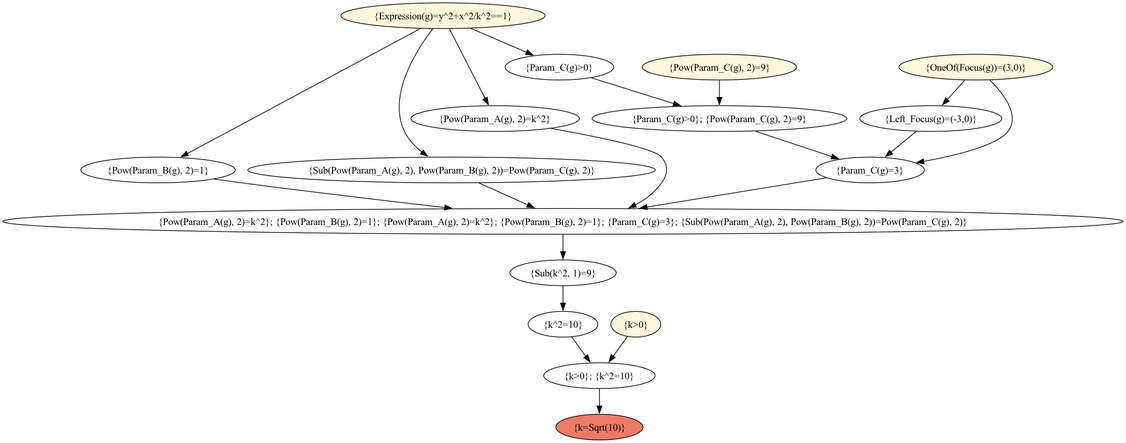
Above: reasoning_engine/solving_process.png in trapped-beast/KE_Reasoning_Engine (Graphviz), before the change. Its source is kept beside it as reasoning_engine/solving_process.dot.
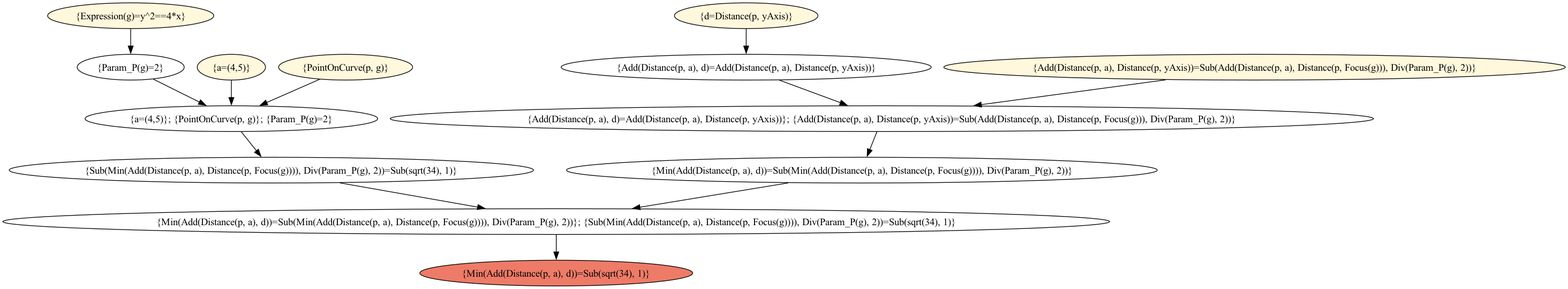
The same diagram one commit later.

Change to the diagram source:
```diff
@@ -1,88 +1,75 @@
 digraph solving_process {
-	graph [bb="0,0,1568.5,612"];
+	graph [bb="0,0,2188.3,396"];
 	node [label="\N"];
-	"{Expression(g)=y^2+x^2/k^2==1}"	[fillcolor=cornsilk,
+	"{Expression(g)=y^2==4*x}"	[fillcolor=cornsilk,
 		height=0.5,
-		pos="616.26,594",
+		pos="179.05,378",
 		style=filled,
-		width=3.9713];
-	"{Param_C(g)>0}"	[height=0.5,
-		pos="779.26,522",
-		width=2.1088];
-	"{Expression(g)=y^2+x^2/k^2==1}" -> "{Param_C(g)>0}"	[pos="e,743.6,538.32 655.3,576.23 678.69,566.19 708.54,553.37 733.09,542.83"];
-	"{Sub(Pow(Param_A(g), 2), Pow(Param_B(g), 2))=Pow(Param_C(g), 2)}"	[height=0.5,
-		pos="628.26,378",
-		width=7.9235];
-	"{Expression(g)=y^2+x^2/k^2==1}" -> "{Sub(Pow(Param_A(g), 2), Pow(Param_B(g), 2))=Pow(Param_C(g), 2)}"	[pos="e,595.86,396.36 602.15,576.01 579.08,546.05 538.17,482.24 562.26,432 567.71,420.64 576.91,410.94 586.74,403.07"];
-	"{Pow(Param_A(g), 2)=k^2}"	[height=0.5,
-		pos="689.26,450",
-		width=3.2746];
-	"{Expression(g)=y^2+x^2/k^2==1}" -> "{Pow(Param_A(g), 2)=k^2}"	[pos="e,680.46,468.11 625.21,575.59 637.7,551.29 660.49,506.97 675.24,478.27"];
-	"{Pow(Param_B(g), 2)=1}"	[height=0.5,
-		pos="217.26,378",
-		width=3.0045];
-	"{Expression(g)=y^2+x^2/k^2==1}" -> "{Pow(Param_B(g), 2)=1}"	[pos="e,248.36,395.68 584.62,576.03 512.85,537.54 337.8,443.65 258.05,400.88"];
-	"{Param_C(g)>0}; {Pow(Param_C(g), 2)=9}"	[height=0.5,
-		pos="1003.3,450",
-		width=4.9522];
-	"{Param_C(g)>0}" -> "{Param_C(g)>0}; {Pow(Param_C(g), 2)=9}"	[pos="e,950.15,467.6 823.78,507.09 856.88,496.74 902.51,482.49 939.47,470.93"];
-	"{Pow(Param_A(g), 2)=k^2}; {Pow(Param_B(g), 2)=1}; {Pow(Param_A(g), 2)=k^2}; {Pow(Param_B(g), 2)=1}; {Param_C(g)=3}; {Sub(Pow(Param_\
-A(g), 2), Pow(Param_B(g), 2))=Pow(Param_C(g), 2)}"	[height=0.5,
-		pos="784.26,306",
-		width=21.785];
-	"{Sub(Pow(Param_A(g), 2), Pow(Param_B(g), 2))=Pow(Param_C(g), 2)}" -> "{Pow(Param_A(g), 2)=k^2}; {Pow(Param_B(g), 2)=1}; {Pow(Param_A(g), 2)=k^2}; {Pow(Param_B(g), 2)=1}; {Param_C(g)=3}; {Sub(Pow(Param_\
-A(g), 2), Pow(Param_B(g), 2))=Pow(Param_C(g), 2)}"	[pos="e,745.33,324.47 666.82,359.7 687.37,350.48 712.87,339.03 734.86,329.17"];
-	"{Pow(Param_A(g), 2)=k^2}" -> "{Pow(Param_A(g), 2)=k^2}; {Pow(Param_B(g), 2)=1}; {Pow(Param_A(g), 2)=k^2}; {Pow(Param_B(g), 2)=1}; {Param_C(g)=3}; {Sub(Pow(Param_\
-A(g), 2), Pow(Param_B(g), 2))=Pow(Param_C(g), 2)}"	[pos="e,875.19,324.31 767.57,436.13 831.34,424.86 912.38,408.38 922.26,396 932.24,383.49 931.32,373.19 922.26,360 913.05,346.59 899.94,\
-336.58 885.43,329.1"];
-	"{Pow(Param_B(g), 2)=1}" -> "{Pow(Param_A(g), 2)=k^2}; {Pow(Param_B(g), 2)=1}; {Pow(Param_A(g), 2)=k^2}; {Pow(Param_B(g), 2)=1}; {Param_C(g)=3}; {Sub(Pow(Param_\
-A(g), 2), Pow(Param_B(g), 2))=Pow(Param_C(g), 2)}"	[pos="e,630.01,324.12 295.89,365.28 308.71,363.45 321.85,361.63 334.26,360 428.31,347.63 533.6,335.16 618.68,325.42"];
-	"{OneOf(Focus(g))=(3,0)}"	[fillcolor=cornsilk,
+		width=3.232];
+	"{Param_P(g)=2}"	[height=0.5,
+		pos="179.05,306",
+		width=2.0804];
+	"{Expression(g)=y^2==4*x}" -> "{Param_P(g)=2}"	[pos="e,179.05,324.1 179.05,359.7 179.05,352.41 179.05,343.73 179.05,335.54"];
+	"{a=(4,5)}; {PointOnCurve(p, g)}; {Param_P(g)=2}"	[height=0.5,
+		pos="320.05,234",
+		width=5.6915];
+	"{Param_P(g)=2}" -> "{a=(4,5)}; {PointOnCurve(p, g)}; {Param_P(g)=2}"	[pos="e,285.55,252.13 210.69,289.29 229.72,279.84 254.25,267.67 275.25,257.24"];
+	"{d=Distance(p, yAxis)}"	[fillcolor=cornsilk,
 		height=0.5,
-		pos="1362.3,522",
+		pos="1041,378",
 		style=filled,
-		width=2.9903];
-	"{Left_Focus(g)=(-3,0)}"	[height=0.5,
-		pos="1299.3,450",
-		width=2.7628];
-	"{OneOf(Focus(g))=(3,0)}" -> "{Left_Focus(g)=(-3,0)}"	[pos="e,1314.7,468.1 1346.7,503.7 1339.3,495.47 1330.3,485.48 1322.1,476.42"];
-	"{Param_C(g)=3}"	[height=0.5,
-		pos="1214.3,378",
-		width=2.1088];
-	"{OneOf(Focus(g))=(3,0)}" -> "{Param_C(g)=3}"	[pos="e,1278,388.08 1381.8,503.87 1400.9,485.12 1424.6,454.72 1407.3,432 1392.6,412.81 1337.1,398.85 1289.3,390.08"];
-	"{Left_Focus(g)=(-3,0)}" -> "{Param_C(g)=3}"	[pos="e,1234.6,395.79 1278.7,432.05 1268,423.28 1254.9,412.43 1243.2,402.83"];
-	"{Param_C(g)=3}" -> "{Pow(Param_A(g), 2)=k^2}; {Pow(Param_B(g), 2)=1}; {Pow(Param_A(g), 2)=k^2}; {Pow(Param_B(g), 2)=1}; {Param_C(g)=3}; {Sub(Pow(Param_\
-A(g), 2), Pow(Param_B(g), 2))=Pow(Param_C(g), 2)}"	[pos="e,890.43,324.28 1153.1,367.05 1087.9,356.43 983.01,339.36 901.73,326.12"];
-	"{Sub(k^2, 1)=9}"	[height=0.5,
-		pos="784.26,234",
-		width=2.0662];
-	"{Pow(Param_A(g), 2)=k^2}; {Pow(Param_B(g), 2)=1}; {Pow(Param_A(g), 2)=k^2}; {Pow(Param_B(g), 2)=1}; {Param_C(g)=3}; {Sub(Pow(Param_\
-A(g), 2), Pow(Param_B(g), 2))=Pow(Param_C(g), 2)}" -> "{Sub(k^2, 1)=9}"	[pos="e,784.26,252.1 784.26,287.7 784.26,280.41 784.26,271.73 784.26,263.54"];
-	"{k^2=10}"	[height=0.5,
-		pos="784.26,162",
-		width=1.3553];
-	"{Sub(k^2, 1)=9}" -> "{k^2=10}"	[pos="e,784.26,180.1 784.26,215.7 784.26,208.41 784.26,199.73 784.26,191.54"];
-	"{k>0}; {k^2=10}"	[height=0.5,
-		pos="835.26,90",
-		width=2.1657];
-	"{k^2=10}" -> "{k>0}; {k^2=10}"	[pos="e,822.91,107.96 796.35,144.41 802.29,136.25 809.6,126.22 816.27,117.07"];
-	"{Param_C(g)>0}; {Pow(Param_C(g), 2)=9}" -> "{Param_C(g)=3}"	[pos="e,1171.5,393.19 1053.5,432.32 1085.8,421.6 1127.8,407.69 1160.7,396.77"];
-	"{Pow(Param_C(g), 2)=9}"	[fillcolor=cornsilk,
+		width=2.7912];
+	"{Add(Distance(p, a), d)=Add(Distance(p, a), Distance(p, yAxis))}"	[height=0.5,
+		pos="1041,306",
+		width=7.1985];
+	"{d=Distance(p, yAxis)}" -> "{Add(Distance(p, a), d)=Add(Distance(p, a), Distance(p, yAxis))}"	[pos="e,1041,324.1 1041,359.7 1041,352.41 1041,343.73 1041,335.54"];
+	"{Add(Distance(p, a), d)=Add(Distance(p, a), Distance(p, yAxis))}; {Add(Distance(p, a), Distance(p, yAxis))=Sub(Add(Distance(p, a), \
+Distance(p, Focus(g))), Div(Param_P(g), 2))}"	[height=0.5,
+		pos="1231,234",
+		width=19.126];
+	"{Add(Distance(p, a), d)=Add(Distance(p, a), Distance(p, yAxis))}" -> "{Add(Distance(p, a), d)=Add(Distance(p, a), Distance(p, yAxis))}; {Add(Distance(p, a), Distance(p, yAxis))=Sub(Add(Distance(p, a), \
+Distance(p, Focus(g))), Div(Param_P(g), 2))}"	[pos="e,1183.7,252.43 1087.5,287.88 1113.3,278.37 1145.7,266.46 1173.1,256.35"];
+	"{Min(Add(Distance(p, a), d))=Sub(Min(Add(Distance(p, a), Distance(p, Focus(g)))), Div(Param_P(g), 2))}"	[height=0.5,
+		pos="1203,162",
+		width=11.492];
+	"{Add(Distance(p, a), d)=Add(Distance(p, a), Distance(p, yAxis))}; {Add(Distance(p, a), Distance(p, yAxis))=Sub(Add(Distance(p, a), \
+Distance(p, Focus(g))), Div(Param_P(g), 2))}" -> "{Min(Add(Distance(p, a), d))=Sub(Min(Add(Distance(p, a), Distance(p, Focus(g)))), Div(Param_P(g), 2))}"	[pos="e,1209.9,180.1 1224.1,215.7 1221.1,208.15 1217.5,199.12 1214.1,190.68"];
+	"{Add(Distance(p, a), Distance(p, yAxis))=Sub(Add(Distance(p, a), Distance(p, Focus(g))), Div(Param_P(g), 2))}"	[fillcolor=cornsilk,
 		height=0.5,
-		pos="1003.3,522",
+		pos="1753,306",
 		style=filled,
-		width=3.0045];
-	"{Pow(Param_C(g), 2)=9}" -> "{Param_C(g)>0}; {Pow(Param_C(g), 2)=9}"	[pos="e,1003.3,468.1 1003.3,503.7 1003.3,496.41 1003.3,487.73 1003.3,479.54"];
-	"{k>0}"	[fillcolor=cornsilk,
+		width=12.089];
+	"{Add(Distance(p, a), Distance(p, yAxis))=Sub(Add(Distance(p, a), Distance(p, Focus(g))), Div(Param_P(g), 2))}" -> "{Add(Distance(p, a), d)=Add(Distance(p, a), Distance(p, yAxis))}; {Add(Distance(p, a), Distance(p, yAxis))=Sub(Add(Distance(p, a), \
+Distance(p, Focus(g))), Div(Param_P(g), 2))}"	[pos="e,1358.8,252.14 1628.3,288.28 1550.6,277.85 1450.4,264.41 1370,253.64"];
+	"{Min(Add(Distance(p, a), d))=Sub(Min(Add(Distance(p, a), Distance(p, Focus(g)))), Div(Param_P(g), 2))}; {Sub(Min(Add(Distance(p, \
+a), Distance(p, Focus(g)))), Div(Param_P(g), 2))=Sub(sqrt(34), 1)}"	[height=0.5,
+		pos="775.05,90",
+		width=21.529];
+	"{Min(Add(Distance(p, a), d))=Sub(Min(Add(Distance(p, a), Distance(p, Focus(g)))), Div(Param_P(g), 2))}" -> "{Min(Add(Distance(p, a), d))=Sub(Min(Add(Distance(p, a), Distance(p, Focus(g)))), Div(Param_P(g), 2))}; {Sub(Min(Add(Distance(p, \
+a), Distance(p, Focus(g)))), Div(Param_P(g), 2))=Sub(sqrt(34), 1)}"	[pos="e,880.81,108.3 1099.7,144.1 1037,133.85 956.9,120.74 891.92,110.12"];
+	"{a=(4,5)}"	[fillcolor=cornsilk,
 		height=0.5,
-		pos="886.26,162",
+		pos="320.05,306",
 		style=filled,
-		width=0.97149];
-	"{k>0}" -> "{k>0}; {k^2=10}"	[pos="e,847.74,108.12 874.43,144.76 868.49,136.61 861.15,126.53 854.43,117.31"];
-	"{k=Sqrt(10)}"	[fillcolor="#ee7b67",
+		width=1.3269];
+	"{a=(4,5)}" -> "{a=(4,5)}; {PointOnCurve(p, g)}; {Param_P(g)=2}"	[pos="e,320.05,252.1 320.05,287.7 320.05,280.41 320.05,271.73 320.05,263.54"];
+	"{Sub(Min(Add(Distance(p, a), Distance(p, Focus(g)))), Div(Param_P(g), 2))=Sub(sqrt(34), 1)}"	[height=0.5,
+		pos="376.05,162",
+		width=10.198];
+	"{a=(4,5)}; {PointOnCurve(p, g)}; {Param_P(g)=2}" -> "{Sub(Min(Add(Distance(p, a), Distance(p, Focus(g)))), Div(Param_P(g), 2))=Sub(sqrt(34), 1)}"	[pos="e,362.36,180.1 333.89,215.7 340.33,207.64 348.13,197.89 355.26,188.98"];
+	"{PointOnCurve(p, g)}"	[fillcolor=cornsilk,
 		height=0.5,
-		pos="835.26,18",
+		pos="480.05,306",
 		style=filled,
-		width=1.6965];
-	"{k>0}; {k^2=10}" -> "{k=Sqrt(10)}"	[pos="e,835.26,36.104 835.26,71.697 835.26,64.407 835.26,55.726 835.26,47.536"];
+		width=2.6064];
+	"{PointOnCurve(p, g)}" -> "{a=(4,5)}; {PointOnCurve(p, g)}; {Param_P(g)=2}"	[pos="e,359.01,252.04 443.74,289.12 421.74,279.49 393.37,267.08 369.35,256.57"];
+	"{Sub(Min(Add(Distance(p, a), Distance(p, Focus(g)))), Div(Param_P(g), 2))=Sub(sqrt(34), 1)}" -> "{Min(Add(Distance(p, a), d))=Sub(Min(Add(Distance(p, a), Distance(p, Focus(g)))), Div(Param_P(g), 2))}; {Sub(Min(Add(Distance(p, \
+a), Distance(p, Focus(g)))), Div(Param_P(g), 2))=Sub(sqrt(34), 1)}"	[pos="e,676.33,108.32 472.13,144.14 530.3,133.94 604.7,120.89 665.21,110.27"];
+	"{Min(Add(Distance(p, a), d))=Sub(sqrt(34), 1)}"	[fillcolor="#ee7b67",
+		height=0.5,
+		pos="775.05,18",
+		style=filled,
+		width=5.3076];
+	"{Min(Add(Distance(p, a), d))=Sub(Min(Add(Distance(p, a), Distance(p, Focus(g)))), Div(Param_P(g), 2))}; {Sub(Min(Add(Distance(p, \
+a), Distance(p, Focus(g)))), Div(Param_P(g), 2))=Sub(sqrt(34), 1)}" -> "{Min(Add(Distance(p, a), d))=Sub(sqrt(34), 1)}"	[pos="e,775.05,36.104 775.05,71.697 775.05,64.407 775.05,55.726 775.05,47.536"];
 }
```
